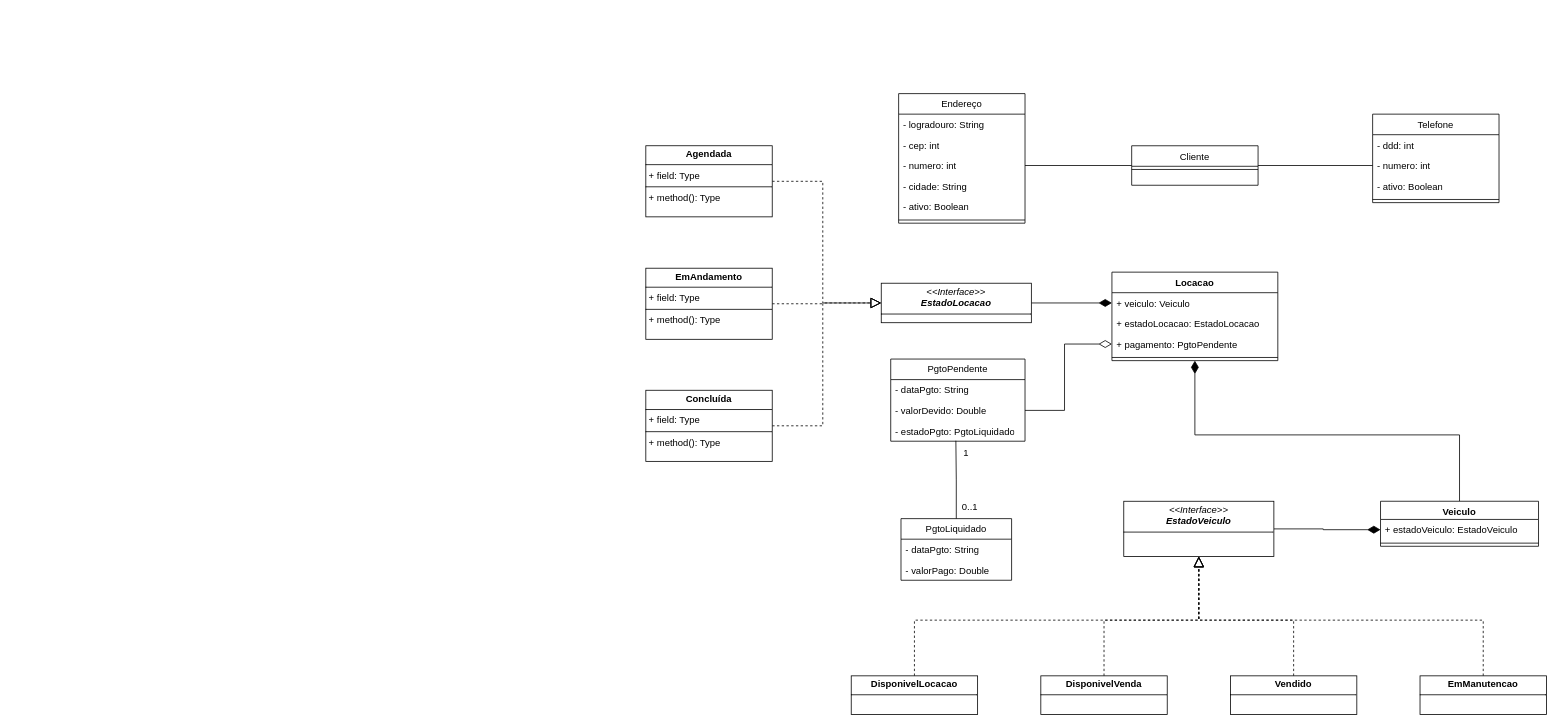
luckasppp/diagrams keeps this draw.io diagram as Exercício 2 - Material 3.drawio. Above is the earlier version. Source tidied: cells renumbered, new cells numbered last; positions are measured from the earlier drawing's top-left corner, leaving out a move shared by most shapes. Both pictures are drawn from the tidied source at 79%, with x=0, y=0 at pixel (645, 93).
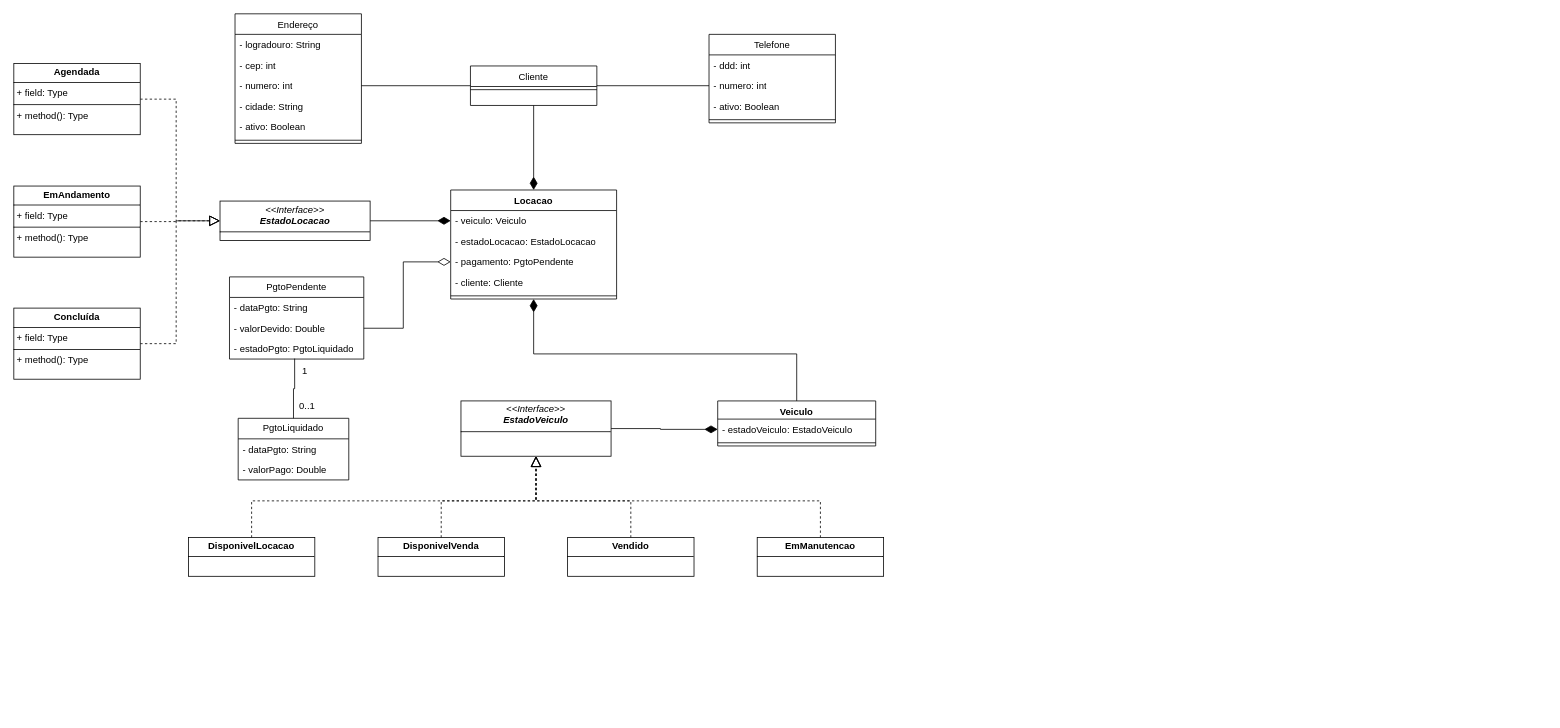
After the change.

The edit, as a diff of the source:
```diff
@@
+    <mxCell id="56" style="edgeStyle=orthogonalEdgeStyle;rounded=0;jettySize=auto;html=1;exitX=0.5;exitY=1;exitDx=0;exitDy=0;entryX=0.5;entryY=0;entryDx=0;entryDy=0;endSize=14;endArrow=diamondThin;endFill=1;" parent="1" edge="1" source="2" target="17">
+      <mxGeometry relative="1" as="geometry" />
+    </mxCell>
     <mxCell id="2" value="Cliente" style="swimlane;fontStyle=0;align=center;verticalAlign=top;horizontal=1;startSize=26;rounded=0;shadow=0;strokeWidth=1;" parent="1" vertex="1">
-      <mxGeometry x="615" y="66" width="160" height="50" as="geometry" />
+      <mxGeometry x="-222" y="-35" width="160" height="50" as="geometry" />
     </mxCell>
@@
     <mxCell id="4" value="Endereço" style="swimlane;fontStyle=0;align=center;verticalAlign=top;horizontal=1;startSize=26;rounded=0;shadow=0;strokeWidth=1;" parent="1" vertex="1">
-      <mxGeometry x="320" width="160" height="164" as="geometry" />
+      <mxGeometry x="-520" y="-101" width="160" height="164" as="geometry" />
     </mxCell>
@@
     <mxCell id="12" value="Telefone" style="swimlane;fontStyle=0;align=center;verticalAlign=top;horizontal=1;startSize=26;rounded=0;shadow=0;strokeWidth=1;" parent="1" vertex="1">
-      <mxGeometry x="920" y="26" width="160" height="112" as="geometry" />
+      <mxGeometry x="80" y="-75" width="160" height="112" as="geometry" />
     </mxCell>
@@
     <mxCell id="17" value="Locacao" style="swimlane;fontStyle=1;align=center;verticalAlign=top;horizontal=1;startSize=26;whiteSpace=wrap;html=1;" parent="1" vertex="1">
-      <mxGeometry x="590" y="226" width="210" height="112" as="geometry" />
+      <mxGeometry x="-247" y="122" width="210" height="138" as="geometry" />
     </mxCell>
-    <mxCell id="18" value="+ veiculo: Veiculo" style="text;strokeColor=none;fillColor=none;align=left;verticalAlign=top;spacingLeft=4;spacingRight=4;overflow=hidden;points=[[0,0.5],[1,0.5]];portConstraint=eastwest;whiteSpace=wrap;html=1;" parent="17" vertex="1">
+    <mxCell id="18" value="- veiculo: Veiculo" style="text;strokeColor=none;fillColor=none;align=left;verticalAlign=top;spacingLeft=4;spacingRight=4;overflow=hidden;points=[[0,0.5],[1,0.5]];portConstraint=eastwest;whiteSpace=wrap;html=1;" parent="17" vertex="1">
       <mxGeometry y="26" width="210" height="26" as="geometry" />
     </mxCell>
-    <mxCell id="19" value="+ estadoLocacao: EstadoLocacao" style="text;strokeColor=none;fillColor=none;align=left;verticalAlign=top;spacingLeft=4;spacingRight=4;overflow=hidden;whiteSpace=wrap;html=1;" parent="17" vertex="1">
+    <mxCell id="19" value="- estadoLocacao: EstadoLocacao" style="text;strokeColor=none;fillColor=none;align=left;verticalAlign=top;spacingLeft=4;spacingRight=4;overflow=hidden;whiteSpace=wrap;html=1;" parent="17" vertex="1">
       <mxGeometry y="52" width="210" height="26" as="geometry" />
     </mxCell>
-    <mxCell id="20" value="+ pagamento: PgtoPendente" style="text;strokeColor=none;fillColor=none;align=left;verticalAlign=top;spacingLeft=4;spacingRight=4;overflow=hidden;points=[[0,0.5],[1,0.5]];portConstraint=eastwest;whiteSpace=wrap;html=1;" parent="17" vertex="1">
+    <mxCell id="20" value="- pagamento: PgtoPendente" style="text;strokeColor=none;fillColor=none;align=left;verticalAlign=top;spacingLeft=4;spacingRight=4;overflow=hidden;points=[[0,0.5],[1,0.5]];portConstraint=eastwest;whiteSpace=wrap;html=1;" parent="17" vertex="1">
       <mxGeometry y="78" width="210" height="26" as="geometry" />
     </mxCell>
+    <mxCell id="57" value="- cliente: Cliente" style="text;strokeColor=none;fillColor=none;align=left;verticalAlign=top;spacingLeft=4;spacingRight=4;overflow=hidden;whiteSpace=wrap;html=1;" parent="17" vertex="1">
+      <mxGeometry y="104" width="210" height="26" as="geometry" />
+    </mxCell>
     <mxCell id="21" style="line;strokeWidth=1;fillColor=none;align=left;verticalAlign=middle;spacingTop=-1;spacingLeft=3;spacingRight=3;labelPosition=right;strokeColor=inherit;" parent="17" vertex="1">
-      <mxGeometry y="104" width="210" height="8" as="geometry" />
+      <mxGeometry y="130" width="210" height="8" as="geometry" />
     </mxCell>
@@
     <mxCell id="23" value="&lt;p style=&quot;margin:0px;margin-top:4px;text-align:center;&quot;&gt;&lt;i&gt;&amp;lt;&amp;lt;Interface&amp;gt;&amp;gt;&lt;br&gt;&lt;b&gt;EstadoLocacao&lt;/b&gt;&lt;/i&gt;&lt;/p&gt;&lt;hr size=&quot;1&quot; style=&quot;border-style:solid;&quot;&gt;&lt;p style=&quot;margin:0px;margin-left:4px;&quot;&gt;&lt;/p&gt;&lt;p style=&quot;margin:0px;margin-left:4px;&quot;&gt;&lt;br&gt;&lt;/p&gt;" style="verticalAlign=top;align=left;overflow=fill;html=1;whiteSpace=wrap;" parent="1" vertex="1">
-      <mxGeometry x="298" y="240" width="190" height="50" as="geometry" />
+      <mxGeometry x="-539" y="136" width="190" height="50" as="geometry" />
     </mxCell>
@@
     <mxCell id="25" value="&lt;p style=&quot;margin:0px;margin-top:4px;text-align:center;&quot;&gt;&lt;b&gt;Agendada&lt;/b&gt;&lt;/p&gt;&lt;hr size=&quot;1&quot; style=&quot;border-style:solid;&quot;&gt;&lt;p style=&quot;margin:0px;margin-left:4px;&quot;&gt;+ field: Type&lt;/p&gt;&lt;hr size=&quot;1&quot; style=&quot;border-style:solid;&quot;&gt;&lt;p style=&quot;margin:0px;margin-left:4px;&quot;&gt;+ method(): Type&lt;/p&gt;" style="verticalAlign=top;align=left;overflow=fill;html=1;whiteSpace=wrap;" parent="1" vertex="1">
-      <mxGeometry y="66" width="160" height="90" as="geometry" />
+      <mxGeometry x="-800" y="-38" width="160" height="90" as="geometry" />
     </mxCell>
@@
     <mxCell id="27" value="&lt;p style=&quot;margin:0px;margin-top:4px;text-align:center;&quot;&gt;&lt;b&gt;EmAndamento&lt;/b&gt;&lt;/p&gt;&lt;hr size=&quot;1&quot; style=&quot;border-style:solid;&quot;&gt;&lt;p style=&quot;margin:0px;margin-left:4px;&quot;&gt;+ field: Type&lt;/p&gt;&lt;hr size=&quot;1&quot; style=&quot;border-style:solid;&quot;&gt;&lt;p style=&quot;margin:0px;margin-left:4px;&quot;&gt;+ method(): Type&lt;/p&gt;" style="verticalAlign=top;align=left;overflow=fill;html=1;whiteSpace=wrap;" parent="1" vertex="1">
-      <mxGeometry y="221" width="160" height="90" as="geometry" />
+      <mxGeometry x="-800" y="117" width="160" height="90" as="geometry" />
     </mxCell>
@@
     <mxCell id="29" value="&lt;p style=&quot;margin:0px;margin-top:4px;text-align:center;&quot;&gt;&lt;b&gt;Concluída&lt;/b&gt;&lt;/p&gt;&lt;hr size=&quot;1&quot; style=&quot;border-style:solid;&quot;&gt;&lt;p style=&quot;margin:0px;margin-left:4px;&quot;&gt;+ field: Type&lt;/p&gt;&lt;hr size=&quot;1&quot; style=&quot;border-style:solid;&quot;&gt;&lt;p style=&quot;margin:0px;margin-left:4px;&quot;&gt;+ method(): Type&lt;/p&gt;" style="verticalAlign=top;align=left;overflow=fill;html=1;whiteSpace=wrap;" parent="1" vertex="1">
-      <mxGeometry y="375.5" width="160" height="90" as="geometry" />
+      <mxGeometry x="-800" y="271.5" width="160" height="90" as="geometry" />
     </mxCell>
@@
     <mxCell id="32" value="Veiculo" style="swimlane;fontStyle=1;align=center;verticalAlign=top;horizontal=1;startSize=23;whiteSpace=wrap;html=1;" parent="1" vertex="1">
-      <mxGeometry x="930" y="516" width="200" height="57" as="geometry" />
+      <mxGeometry x="91" y="389" width="200" height="57" as="geometry" />
     </mxCell>
-    <mxCell id="33" value="+ estadoVeiculo: EstadoVeiculo" style="text;strokeColor=none;fillColor=none;align=left;verticalAlign=top;spacingLeft=4;spacingRight=4;overflow=hidden;points=[[0,0.5],[1,0.5]];portConstraint=eastwest;whiteSpace=wrap;html=1;" parent="32" vertex="1">
+    <mxCell id="33" value="- estadoVeiculo: EstadoVeiculo" style="text;strokeColor=none;fillColor=none;align=left;verticalAlign=top;spacingLeft=4;spacingRight=4;overflow=hidden;points=[[0,0.5],[1,0.5]];portConstraint=eastwest;whiteSpace=wrap;html=1;" parent="32" vertex="1">
       <mxGeometry y="23" width="200" height="26" as="geometry" />
     </mxCell>
@@
     <mxCell id="36" value="&lt;p style=&quot;margin:0px;margin-top:4px;text-align:center;&quot;&gt;&lt;i&gt;&amp;lt;&amp;lt;Interface&amp;gt;&amp;gt;&lt;br&gt;&lt;b&gt;EstadoVeiculo&lt;/b&gt;&lt;/i&gt;&lt;/p&gt;&lt;hr size=&quot;1&quot; style=&quot;border-style:solid;&quot;&gt;&lt;p style=&quot;margin:0px;margin-left:4px;&quot;&gt;&lt;/p&gt;&lt;p style=&quot;margin:0px;margin-left:4px;&quot;&gt;&lt;br&gt;&lt;/p&gt;" style="verticalAlign=top;align=left;overflow=fill;html=1;whiteSpace=wrap;" parent="1" vertex="1">
-      <mxGeometry x="605" y="516" width="190" height="70" as="geometry" />
+      <mxGeometry x="-234" y="389" width="190" height="70" as="geometry" />
     </mxCell>
@@
     <mxCell id="38" value="&lt;p style=&quot;margin:0px;margin-top:4px;text-align:center;&quot;&gt;&lt;b&gt;DisponivelVenda&lt;/b&gt;&lt;/p&gt;&lt;hr size=&quot;1&quot; style=&quot;border-style:solid;&quot;&gt;&lt;p style=&quot;margin:0px;margin-left:4px;&quot;&gt;&lt;/p&gt;&lt;p style=&quot;margin:0px;margin-left:4px;&quot;&gt;&lt;br&gt;&lt;/p&gt;" style="verticalAlign=top;align=left;overflow=fill;html=1;whiteSpace=wrap;" parent="1" vertex="1">
-      <mxGeometry x="500" y="737" width="160" height="49" as="geometry" />
+      <mxGeometry x="-339" y="562" width="160" height="49" as="geometry" />
     </mxCell>
@@
     <mxCell id="40" value="&lt;p style=&quot;margin:0px;margin-top:4px;text-align:center;&quot;&gt;&lt;b&gt;Vendido&lt;/b&gt;&lt;/p&gt;&lt;hr size=&quot;1&quot; style=&quot;border-style:solid;&quot;&gt;&lt;p style=&quot;margin:0px;margin-left:4px;&quot;&gt;&lt;/p&gt;&lt;p style=&quot;margin:0px;margin-left:4px;&quot;&gt;&lt;br&gt;&lt;/p&gt;" style="verticalAlign=top;align=left;overflow=fill;html=1;whiteSpace=wrap;" parent="1" vertex="1">
-      <mxGeometry x="740" y="737" width="160" height="49" as="geometry" />
+      <mxGeometry x="-99" y="562" width="160" height="49" as="geometry" />
     </mxCell>
@@
     <mxCell id="42" value="&lt;p style=&quot;margin:0px;margin-top:4px;text-align:center;&quot;&gt;&lt;b&gt;EmManutencao&lt;/b&gt;&lt;/p&gt;&lt;hr size=&quot;1&quot; style=&quot;border-style:solid;&quot;&gt;&lt;p style=&quot;margin:0px;margin-left:4px;&quot;&gt;&lt;/p&gt;&lt;p style=&quot;margin:0px;margin-left:4px;&quot;&gt;&lt;br&gt;&lt;/p&gt;" style="verticalAlign=top;align=left;overflow=fill;html=1;whiteSpace=wrap;" parent="1" vertex="1">
-      <mxGeometry x="980" y="737" width="160" height="49" as="geometry" />
+      <mxGeometry x="141" y="562" width="160" height="49" as="geometry" />
     </mxCell>
@@
     <mxCell id="44" value="&lt;p style=&quot;margin:0px;margin-top:4px;text-align:center;&quot;&gt;&lt;b&gt;DisponivelLocacao&lt;/b&gt;&lt;/p&gt;&lt;hr size=&quot;1&quot; style=&quot;border-style:solid;&quot;&gt;&lt;p style=&quot;margin:0px;margin-left:4px;&quot;&gt;&lt;/p&gt;&lt;p style=&quot;margin:0px;margin-left:4px;&quot;&gt;&lt;br&gt;&lt;/p&gt;" style="verticalAlign=top;align=left;overflow=fill;html=1;whiteSpace=wrap;" parent="1" vertex="1">
-      <mxGeometry x="260" y="737" width="160" height="49" as="geometry" />
+      <mxGeometry x="-579" y="562" width="160" height="49" as="geometry" />
     </mxCell>
     <mxCell id="45" value="PgtoPendente" style="swimlane;fontStyle=0;horizontal=1;startSize=26;fillColor=none;whiteSpace=wrap;html=1;" parent="1" vertex="1">
-      <mxGeometry x="310" y="336" width="170" height="104" as="geometry" />
+      <mxGeometry x="-527" y="232" width="170" height="104" as="geometry" />
     </mxCell>
@@
     <mxCell id="49" value="PgtoLiquidado" style="swimlane;fontStyle=0;horizontal=1;startSize=26;fillColor=none;whiteSpace=wrap;html=1;" parent="1" vertex="1">
-      <mxGeometry x="323" y="538" width="140" height="78" as="geometry" />
+      <mxGeometry x="-516" y="411" width="140" height="78" as="geometry" />
     </mxCell>
@@
     <mxCell id="53" value="1" style="text;html=1;align=center;verticalAlign=middle;strokeColor=none;fillColor=none;" parent="1" vertex="1">
-      <mxGeometry x="390" y="440" width="30" height="30" as="geometry" />
+      <mxGeometry x="-447" y="336" width="30" height="30" as="geometry" />
     </mxCell>
     <mxCell id="54" value="0..1" style="text;html=1;align=center;verticalAlign=middle;strokeColor=none;fillColor=none;" parent="1" vertex="1">
-      <mxGeometry x="390" y="508" width="40" height="30" as="geometry" />
+      <mxGeometry x="-449" y="381" width="40" height="30" as="geometry" />
     </mxCell>
```
